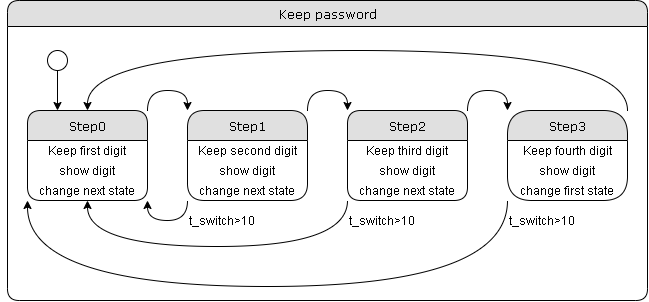
Earlier version of the draw.io export Keep_password.png (Immaczx/Safe_Loock_FREERTOS). Source tidied: cells renumbered, new cells last; positions are measured from the earlier drawing's top-left corner, leaving out a move shared by most shapes.
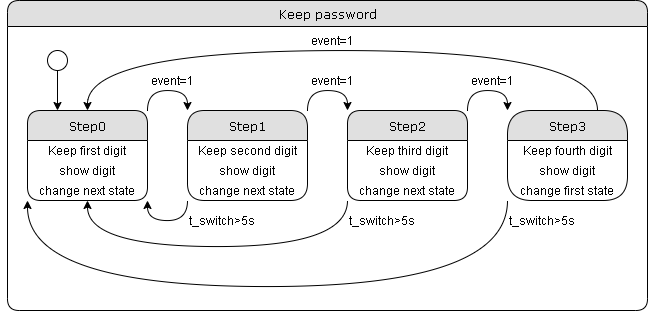
The same file after the commit.

What changed in the source:
```diff
@@ -3,7 +3,7 @@
     <mxCell id="0" />
     <mxCell id="1" parent="0" />
     <mxCell id="2" value="Keep password" style="swimlane;html=1;fontStyle=0;horizontal=1;startSize=26;fillColor=#e0e0e0;swimlaneFillColor=#ffffff;align=center;rounded=1;shadow=0;comic=0;labelBackgroundColor=none;strokeWidth=1;fontFamily=Verdana;fontSize=12;" parent="1" vertex="1">
-      <mxGeometry width="640" height="300" as="geometry" />
+      <mxGeometry width="640" height="310" as="geometry" />
     </mxCell>
     <mxCell id="3" style="edgeStyle=orthogonalEdgeStyle;curved=1;rounded=0;jettySize=auto;html=1;exitX=1;exitY=0;exitDx=0;exitDy=0;entryX=0;entryY=0;entryDx=0;entryDy=0;labelBorderColor=none;shadow=0;sketch=0;" parent="1" edge="1" source="4" target="28">
       <mxGeometry relative="1" as="geometry" />
@@ -66,19 +66,19 @@
     <mxCell id="19" value="change next state" style="text;html=1;strokeColor=none;fillColor=none;align=center;verticalAlign=middle;whiteSpace=wrap;rounded=0;" parent="16" vertex="1">
       <mxGeometry y="70" width="120" height="20" as="geometry" />
     </mxCell>
-    <mxCell id="20" value="t_switch&amp;gt;10" style="text;html=1;strokeColor=none;fillColor=none;align=center;verticalAlign=middle;whiteSpace=wrap;rounded=0;" parent="1" vertex="1">
+    <mxCell id="20" value="t_switch&amp;gt;5s" style="text;html=1;strokeColor=none;fillColor=none;align=center;verticalAlign=middle;whiteSpace=wrap;rounded=0;" parent="1" vertex="1">
       <mxGeometry x="180" y="210" width="70" height="20" as="geometry" />
     </mxCell>
-    <mxCell id="21" value="t_switch&amp;gt;10" style="text;html=1;strokeColor=none;fillColor=none;align=center;verticalAlign=middle;whiteSpace=wrap;rounded=0;" parent="1" vertex="1">
+    <mxCell id="21" value="t_switch&amp;gt;5s" style="text;html=1;strokeColor=none;fillColor=none;align=center;verticalAlign=middle;whiteSpace=wrap;rounded=0;" parent="1" vertex="1">
       <mxGeometry x="340" y="210" width="70" height="20" as="geometry" />
     </mxCell>
-    <mxCell id="22" value="t_switch&amp;gt;10" style="text;html=1;strokeColor=none;fillColor=none;align=center;verticalAlign=middle;whiteSpace=wrap;rounded=0;" parent="1" vertex="1">
+    <mxCell id="22" value="t_switch&amp;gt;5s" style="text;html=1;strokeColor=none;fillColor=none;align=center;verticalAlign=middle;whiteSpace=wrap;rounded=0;" parent="1" vertex="1">
       <mxGeometry x="500" y="210" width="70" height="20" as="geometry" />
     </mxCell>
-    <mxCell id="23" style="edgeStyle=orthogonalEdgeStyle;curved=1;rounded=0;sketch=0;jettySize=auto;html=1;exitX=1;exitY=0;exitDx=0;exitDy=0;entryX=0.5;entryY=0;entryDx=0;entryDy=0;shadow=0;" parent="1" edge="1" source="11" target="4">
+    <mxCell id="23" style="edgeStyle=orthogonalEdgeStyle;curved=1;rounded=0;sketch=0;jettySize=auto;html=1;exitX=0.75;exitY=0;exitDx=0;exitDy=0;entryX=0.5;entryY=0;entryDx=0;entryDy=0;shadow=0;" parent="1" edge="1" source="11" target="4">
       <mxGeometry relative="1" as="geometry">
         <Array as="points">
-          <mxPoint x="620" y="50" />
+          <mxPoint x="590" y="50" />
           <mxPoint x="80" y="50" />
         </Array>
       </mxGeometry>
@@ -116,5 +116,17 @@
     <mxCell id="31" value="change next state" style="text;html=1;strokeColor=none;fillColor=none;align=center;verticalAlign=middle;whiteSpace=wrap;rounded=0;" parent="28" vertex="1">
       <mxGeometry y="70" width="120" height="20" as="geometry" />
     </mxCell>
+    <mxCell id="32" value="event=1" style="text;html=1;strokeColor=none;fillColor=none;align=center;verticalAlign=middle;whiteSpace=wrap;rounded=0;" parent="1" vertex="1">
+      <mxGeometry x="130" y="70" width="70" height="20" as="geometry" />
+    </mxCell>
+    <mxCell id="33" value="event=1" style="text;html=1;strokeColor=none;fillColor=none;align=center;verticalAlign=middle;whiteSpace=wrap;rounded=0;" parent="1" vertex="1">
+      <mxGeometry x="290" y="70" width="70" height="20" as="geometry" />
+    </mxCell>
+    <mxCell id="34" value="event=1" style="text;html=1;strokeColor=none;fillColor=none;align=center;verticalAlign=middle;whiteSpace=wrap;rounded=0;" parent="1" vertex="1">
+      <mxGeometry x="450" y="70" width="70" height="20" as="geometry" />
+    </mxCell>
+    <mxCell id="35" value="event=1" style="text;html=1;strokeColor=none;fillColor=none;align=center;verticalAlign=middle;whiteSpace=wrap;rounded=0;" parent="1" vertex="1">
+      <mxGeometry x="290" y="30" width="70" height="20" as="geometry" />
+    </mxCell>
   </root>
 </mxGraphModel>
```
